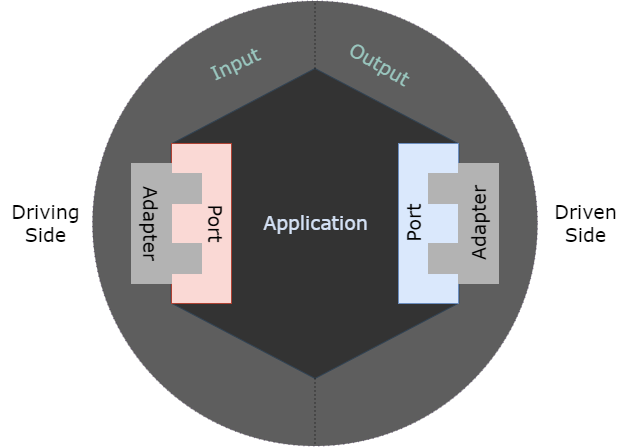
This is pic/六边形架构.drawio.png from guxdong/imgrepo, a draw.io export, as it was before one commit. Source tidied: cells renumbered, new cells last; positions are measured from the earlier drawing's top-left corner, leaving out a move shared by most shapes.
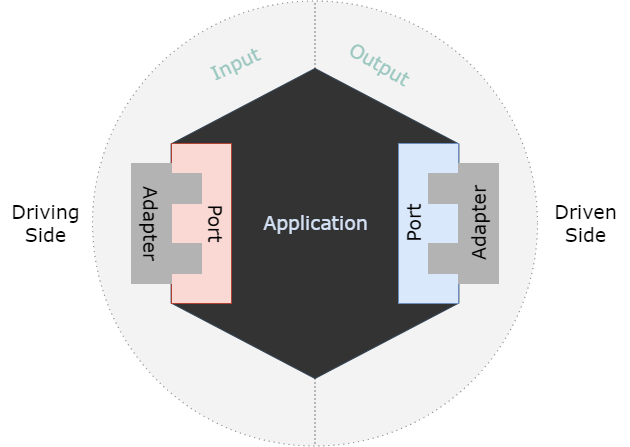
Above is the later version.

Commit message:
更新六边形架构.drawio.png

Diff of the diagram source:
```diff
@@ -2,7 +2,7 @@
   <root>
     <mxCell id="0" />
     <mxCell id="1" parent="0" />
-    <mxCell id="2" style="ellipse;whiteSpace=wrap;html=1;fillColor=#1A1A1A;strokeColor=#432D57;dashed=1;dashPattern=1 4;opacity=70;fontColor=#ffffff;fontSize=19;fontStyle=0;fontFamily=Verdana;" parent="1" vertex="1">
+    <mxCell id="2" style="ellipse;whiteSpace=wrap;html=1;fillColor=#eeeeee;strokeColor=#36393d;dashed=1;dashPattern=1 4;opacity=70;fontSize=19;fontStyle=0;fontFamily=Verdana;" parent="1" vertex="1">
       <mxGeometry x="92" y="0.5" width="445" height="445" as="geometry" />
     </mxCell>
     <mxCell id="3" style="shape=hexagon;perimeter=hexagonPerimeter2;whiteSpace=wrap;html=1;fixedSize=1;size=75.5;rotation=90;fillColor=#333333;strokeColor=#314354;fontColor=#ffffff;fontSize=19;fontStyle=0;fontFamily=Verdana;" parent="1" vertex="1">
```
